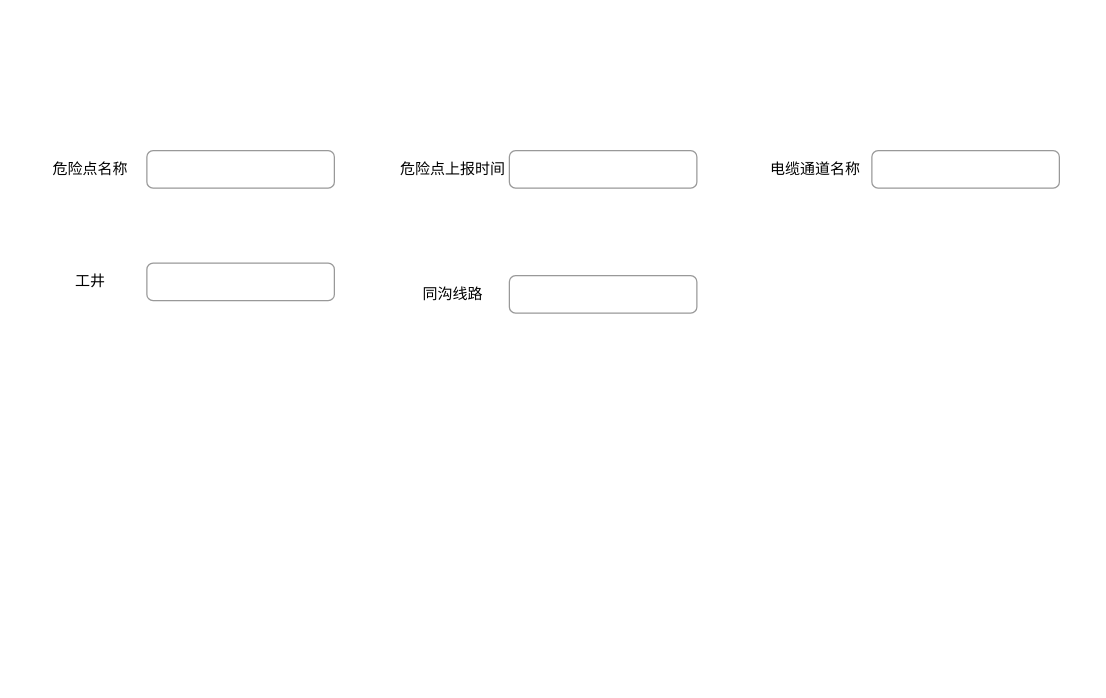
The draw.io diagram 济南电缆.drawio in zm52hz/test1, before the edit. Source tidied: cells renumbered, new cells numbered last; positions are measured from the earlier drawing's top-left corner, leaving out a move shared by most shapes. Both pictures are drawn from the tidied source at 125%, with x=0, y=0 at pixel (21, 150).
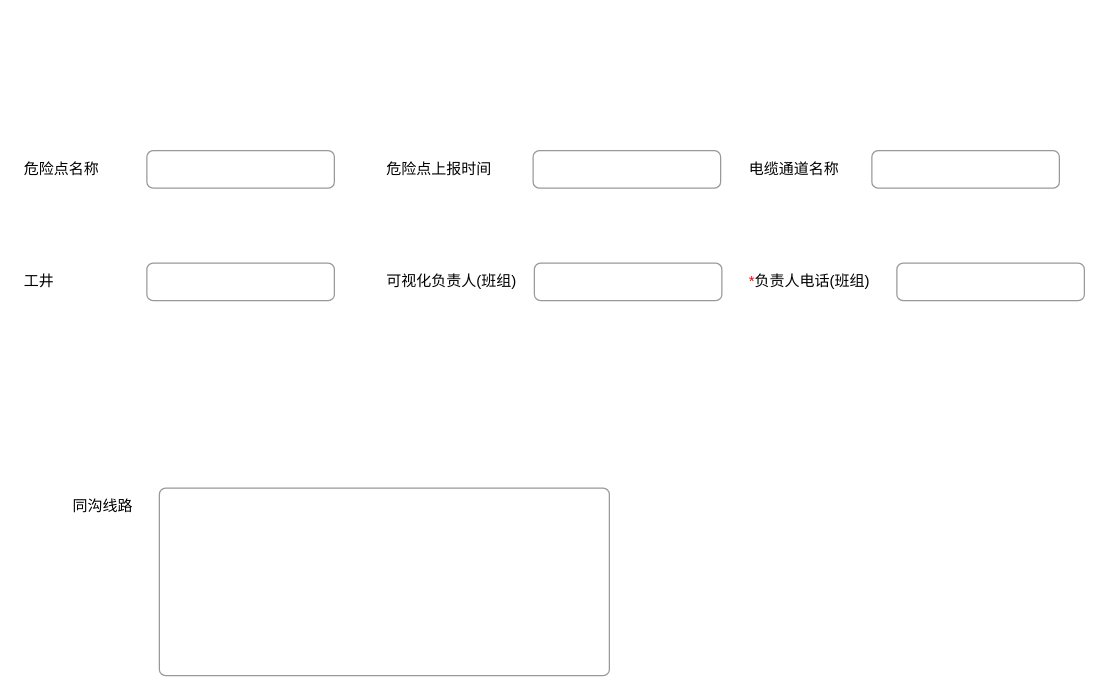
The same page after the edit.

Commit message (it also covers changes not shown here):
更新济南电缆.drawio

Change to the diagram source:
```diff
@@
-    <mxCell id="2" value="危险点名称" style="text;html=1;strokeColor=none;fillColor=none;align=center;verticalAlign=middle;whiteSpace=wrap;rounded=0;" parent="1" vertex="1">
+    <mxCell id="2" value="危险点名称" style="text;html=1;strokeColor=none;fillColor=none;align=left;verticalAlign=middle;whiteSpace=wrap;rounded=0;" parent="1" vertex="1">
       <mxGeometry width="110" height="30" as="geometry" />
     </mxCell>
@@
-    <mxCell id="4" value="危险点上报时间" style="text;html=1;strokeColor=none;fillColor=none;align=center;verticalAlign=middle;whiteSpace=wrap;rounded=0;" parent="1" vertex="1">
+    <mxCell id="4" value="危险点上报时间" style="text;html=1;strokeColor=none;fillColor=none;align=left;verticalAlign=middle;whiteSpace=wrap;rounded=0;" parent="1" vertex="1">
       <mxGeometry x="290" width="110" height="30" as="geometry" />
     </mxCell>
     <mxCell id="5" style="html=1;shadow=0;dashed=0;shape=mxgraph.bootstrap.rrect;rSize=5;fillColor=none;strokeColor=#999999;align=left;spacing=15;fontSize=14;fontColor=#6C767D;" parent="1" vertex="1">
-      <mxGeometry x="390" width="150" height="30" as="geometry">
+      <mxGeometry x="409" width="150" height="30" as="geometry">
         <mxPoint x="-70" y="-110" as="offset" />
       </mxGeometry>
     </mxCell>
-    <mxCell id="6" value="电缆通道名称" style="text;html=1;strokeColor=none;fillColor=none;align=center;verticalAlign=middle;whiteSpace=wrap;rounded=0;" parent="1" vertex="1">
+    <mxCell id="6" value="电缆通道名称" style="text;html=1;strokeColor=none;fillColor=none;align=left;verticalAlign=middle;whiteSpace=wrap;rounded=0;" parent="1" vertex="1">
       <mxGeometry x="580" width="110" height="30" as="geometry" />
     </mxCell>
@@
-    <mxCell id="8" value="工井" style="text;html=1;strokeColor=none;fillColor=none;align=center;verticalAlign=middle;whiteSpace=wrap;rounded=0;" parent="1" vertex="1">
+    <mxCell id="8" value="工井" style="text;html=1;strokeColor=none;fillColor=none;align=left;verticalAlign=middle;whiteSpace=wrap;rounded=0;" parent="1" vertex="1">
       <mxGeometry y="90" width="110" height="30" as="geometry" />
     </mxCell>
@@
     <mxCell id="10" value="同沟线路" style="text;html=1;strokeColor=none;fillColor=none;align=center;verticalAlign=middle;whiteSpace=wrap;rounded=0;" parent="1" vertex="1">
-      <mxGeometry x="290" y="100" width="110" height="30" as="geometry" />
+      <mxGeometry x="10" y="270" width="110" height="30" as="geometry" />
     </mxCell>
     <mxCell id="11" style="html=1;shadow=0;dashed=0;shape=mxgraph.bootstrap.rrect;rSize=5;fillColor=none;strokeColor=#999999;align=left;spacing=15;fontSize=14;fontColor=#6C767D;" parent="1" vertex="1">
-      <mxGeometry x="390" y="100" width="150" height="30" as="geometry">
+      <mxGeometry x="110" y="270" width="360" height="150" as="geometry">
         <mxPoint x="-70" y="-110" as="offset" />
       </mxGeometry>
     </mxCell>
+    <mxCell id="12" value="可视化负责人(班组)" style="text;html=1;strokeColor=none;fillColor=none;align=left;verticalAlign=middle;whiteSpace=wrap;rounded=0;" parent="1" vertex="1">
+      <mxGeometry x="290" y="90" width="110" height="30" as="geometry" />
+    </mxCell>
+    <mxCell id="13" style="html=1;shadow=0;dashed=0;shape=mxgraph.bootstrap.rrect;rSize=5;fillColor=none;strokeColor=#999999;align=left;spacing=15;fontSize=14;fontColor=#6C767D;" parent="1" vertex="1">
+      <mxGeometry x="410" y="90" width="150" height="30" as="geometry">
+        <mxPoint x="-70" y="-110" as="offset" />
+      </mxGeometry>
+    </mxCell>
+    <mxCell id="14" value="&lt;font color=&quot;#ff0000&quot;&gt;*&lt;/font&gt;负责人电话(班组)" style="text;html=1;strokeColor=none;fillColor=none;align=left;verticalAlign=middle;whiteSpace=wrap;rounded=0;" parent="1" vertex="1">
+      <mxGeometry x="580" y="90" width="110" height="30" as="geometry" />
+    </mxCell>
+    <mxCell id="15" style="html=1;shadow=0;dashed=0;shape=mxgraph.bootstrap.rrect;rSize=5;fillColor=none;strokeColor=#999999;align=left;spacing=15;fontSize=14;fontColor=#6C767D;" parent="1" vertex="1">
+      <mxGeometry x="700" y="90" width="150" height="30" as="geometry">
+        <mxPoint x="-70" y="-110" as="offset" />
+      </mxGeometry>
+    </mxCell>
```
